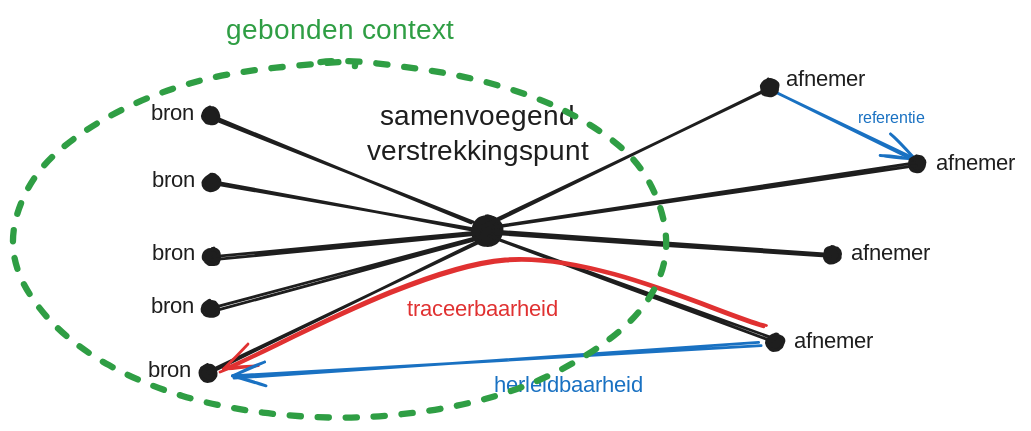
Before: doc/patroon-verstrekkingspunt-cumulatie-gelijkvormige-bronnen.excalidraw.svg, a diagram exported from Excalidraw (marcvanandel/fds-landelijke-voorziening). Source tidied: one line per element, renumbered; positions are measured from the earlier drawing's top-left corner, leaving out a move shared by most shapes.
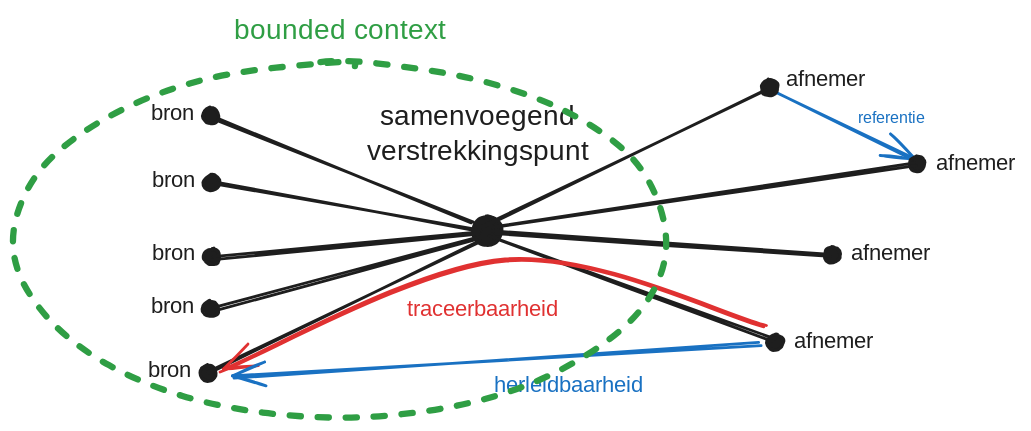
The same file after the commit.

Commit message:
bounded context + toelichting

What changed in the source:
```diff
@@ -34,4 +34,4 @@
 {"id": 33, "type": "arrow", "strokeColor": "#e03131", "strokeWidth": 2, "roughness": 1, "endArrowhead": "arrow", "round": true, "from": 21, "to": 23, "x": 536, "y": 223, "width": 388, "height": 80, "points": [[0, 0], [-185, -48], [-388, 32]]}
 {"id": 34, "type": "arrow", "strokeColor": "#1971c2", "strokeWidth": 2, "roughness": 1, "endArrowhead": "arrow", "round": true, "from": 21, "to": 23, "x": 533, "y": 235, "width": 375, "height": 24, "points": [[0, 0], [-375, 24]]}
 {"id": 35, "type": "ellipse", "strokeColor": "#2f9e44", "strokeWidth": 4, "strokeStyle": "dashed", "roughness": 1, "round": true, "x": 0, "y": 35, "width": 466, "height": 253}
-{"id": 36, "type": "text", "text": "gebonden context", "strokeColor": "#2f9e44", "strokeWidth": 4, "strokeStyle": "dashed", "roughness": 1, "fontSize": 20, "fontFamily": 5, "textAlign": "center", "x": 146, "y": 0, "width": 174, "height": 25}
+{"id": 36, "type": "text", "text": "bounded context", "strokeColor": "#2f9e44", "strokeWidth": 4, "strokeStyle": "dashed", "roughness": 1, "fontSize": 20, "fontFamily": 5, "textAlign": "center", "x": 151, "y": 0, "width": 165, "height": 25}
```
